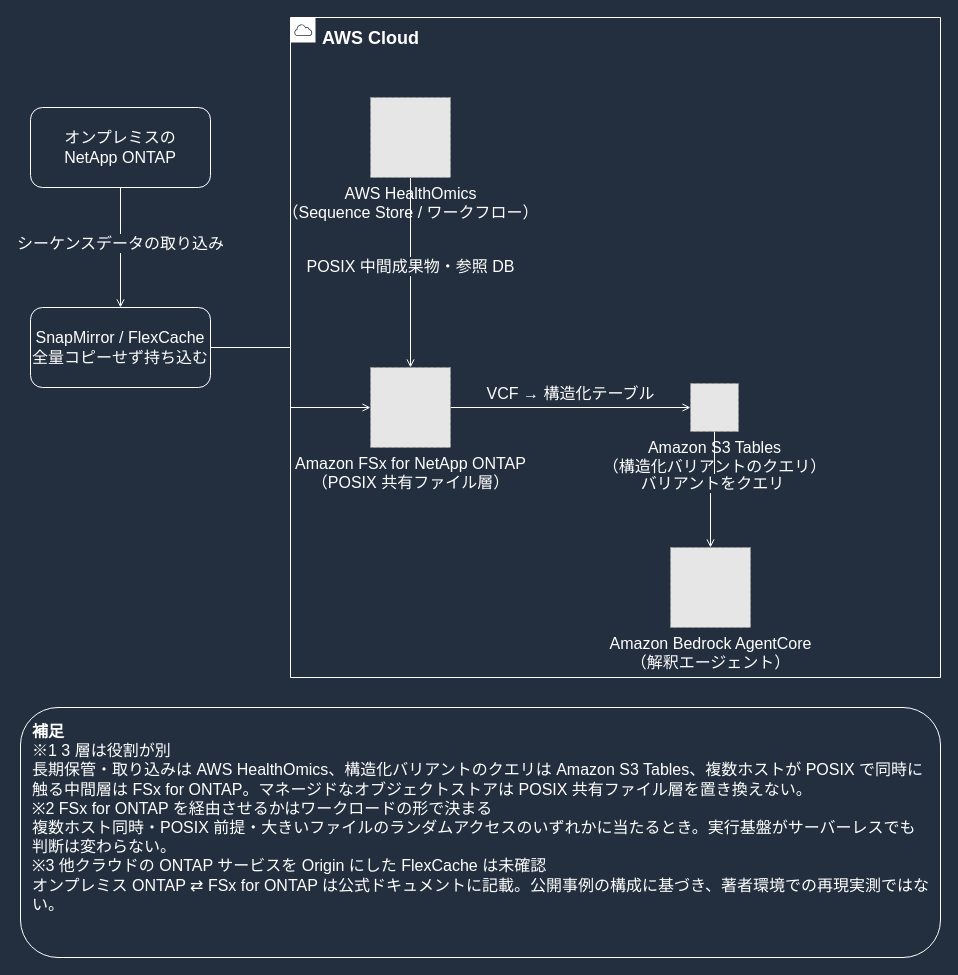
This is docs/_assets/diagrams/genomics-hpc-data-layers-dark.drawio from Yoshiki0705/FSx-for-ONTAP-Adoption-Playbook, a draw.io file, before an edit. Source tidied: cells renumbered, new cells numbered last; positions are measured from the earlier drawing's top-left corner, leaving out a move shared by most shapes. Both pictures are drawn from the tidied source at 100%, with x=0, y=0 at pixel (20, 17). Pictures stored in the file or linked from it are replaced by grey dashed boxes.
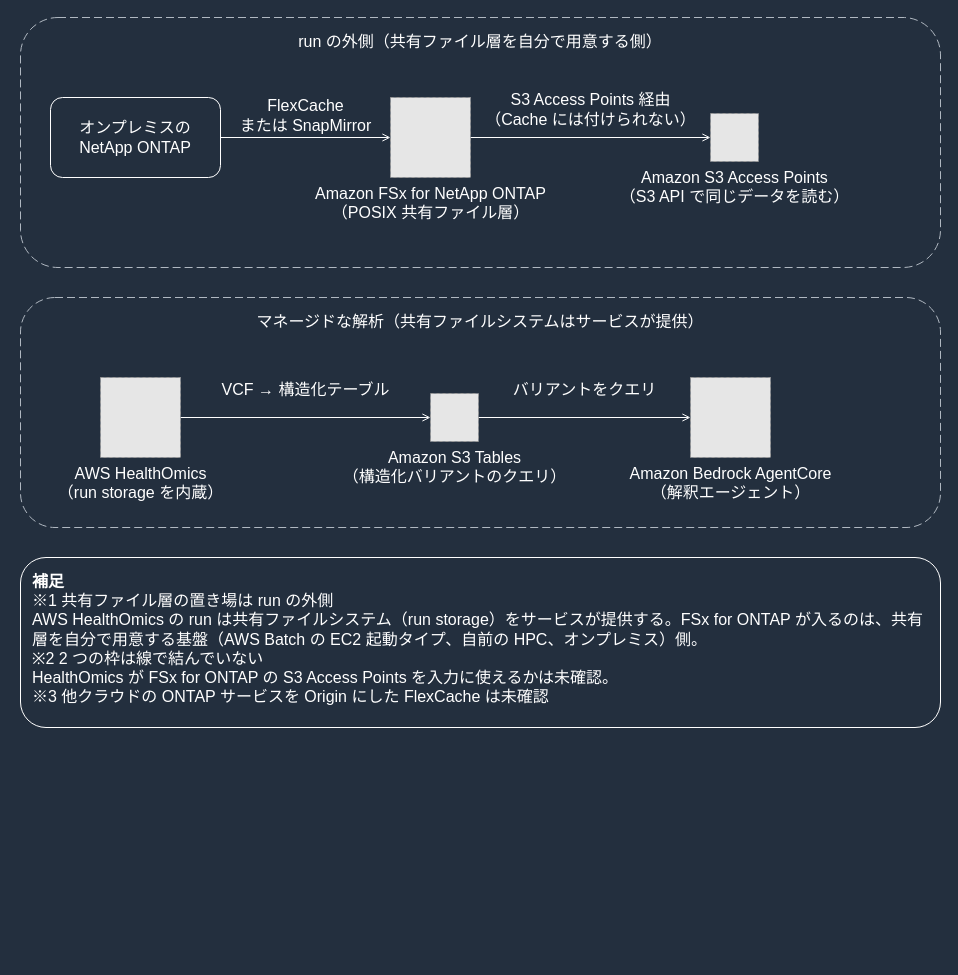
Above is the later version.

What changed in the source:
```diff
@@
 <mxGraphModel background="#232F3E">
   <root>
     <mxCell id="0" />
     <mxCell id="1" parent="0" />
-    <mxCell id="2" value="シーケンスデータの取り込み" style="edgeStyle=orthogonalEdgeStyle;rounded=0;html=1;endArrow=open;endFill=0;strokeColor=#FFFFFF;strokeWidth=1;fontSize=16;fontColor=#FFFFFF;labelBackgroundColor=#232F3E;exitX=0.5;exitY=1.0;exitDx=0;exitDy=0;entryX=0.5;entryY=0.0;entryDx=0;entryDy=0;" parent="1" edge="1" source="8" target="9">
+    <mxCell id="2" value="FlexCache&lt;br&gt;または SnapMirror" style="edgeStyle=orthogonalEdgeStyle;rounded=0;html=1;endArrow=open;endFill=0;strokeColor=#FFFFFF;strokeWidth=1;fontSize=16;fontColor=#FFFFFF;labelBackgroundColor=#232F3E;exitX=1.0;exitY=0.5;exitDx=0;exitDy=0;entryX=0.0;entryY=0.5;entryDx=0;entryDy=0;" parent="1" edge="1" source="8" target="12">
       <mxGeometry relative="1" as="geometry">
-        <mxPoint y="-4" as="offset" />
+        <mxPoint y="-22" as="offset" />
       </mxGeometry>
     </mxCell>
-    <mxCell id="3" style="edgeStyle=orthogonalEdgeStyle;rounded=0;html=1;endArrow=open;endFill=0;strokeColor=#FFFFFF;strokeWidth=1;fontSize=16;fontColor=#FFFFFF;labelBackgroundColor=#232F3E;exitX=1.0;exitY=0.5;exitDx=0;exitDy=0;entryX=0.0;entryY=0.5;entryDx=0;entryDy=0;" parent="1" edge="1" source="9" target="12">
-      <mxGeometry relative="1" as="geometry" />
+    <mxCell id="3" value="S3 Access Points 経由&lt;br&gt;（Cache には付けられない）" style="edgeStyle=orthogonalEdgeStyle;rounded=0;html=1;endArrow=open;endFill=0;strokeColor=#FFFFFF;strokeWidth=1;fontSize=16;fontColor=#FFFFFF;labelBackgroundColor=#232F3E;exitX=1.0;exitY=0.5;exitDx=0;exitDy=0;entryX=0.0;entryY=0.5;entryDx=0;entryDy=0;" parent="1" edge="1" source="12" target="17">
+      <mxGeometry relative="1" as="geometry">
+        <mxPoint y="-28" as="offset" />
+      </mxGeometry>
     </mxCell>
-    <mxCell id="4" value="POSIX 中間成果物・参照 DB" style="edgeStyle=orthogonalEdgeStyle;rounded=0;html=1;endArrow=open;endFill=0;strokeColor=#FFFFFF;strokeWidth=1;fontSize=16;fontColor=#FFFFFF;labelBackgroundColor=#232F3E;exitX=0.5;exitY=1.0;exitDx=0;exitDy=0;entryX=0.5;entryY=0.0;entryDx=0;entryDy=0;" parent="1" edge="1" source="11" target="12">
+    <mxCell id="4" value="VCF → 構造化テーブル" style="edgeStyle=orthogonalEdgeStyle;rounded=0;html=1;endArrow=open;endFill=0;strokeColor=#FFFFFF;strokeWidth=1;fontSize=16;fontColor=#FFFFFF;labelBackgroundColor=#232F3E;exitX=1.0;exitY=0.5;exitDx=0;exitDy=0;entryX=0.0;entryY=0.5;entryDx=0;entryDy=0;" parent="1" edge="1" source="11" target="13">
       <mxGeometry relative="1" as="geometry">
-        <mxPoint y="-6" as="offset" />
+        <mxPoint y="-28" as="offset" />
       </mxGeometry>
     </mxCell>
-    <mxCell id="5" value="VCF → 構造化テーブル" style="edgeStyle=orthogonalEdgeStyle;rounded=0;html=1;endArrow=open;endFill=0;strokeColor=#FFFFFF;strokeWidth=1;fontSize=16;fontColor=#FFFFFF;labelBackgroundColor=#232F3E;exitX=1.0;exitY=0.5;exitDx=0;exitDy=0;entryX=0.0;entryY=0.5;entryDx=0;entryDy=0;" parent="1" edge="1" source="12" target="13">
+    <mxCell id="5" value="バリアントをクエリ" style="edgeStyle=orthogonalEdgeStyle;rounded=0;html=1;endArrow=open;endFill=0;strokeColor=#FFFFFF;strokeWidth=1;fontSize=16;fontColor=#FFFFFF;labelBackgroundColor=#232F3E;exitX=1.0;exitY=0.5;exitDx=0;exitDy=0;entryX=0.0;entryY=0.5;entryDx=0;entryDy=0;" parent="1" edge="1" source="13" target="14">
       <mxGeometry relative="1" as="geometry">
-        <mxPoint y="-14" as="offset" />
+        <mxPoint y="-28" as="offset" />
       </mxGeometry>
     </mxCell>
-    <mxCell id="6" value="バリアントをクエリ" style="edgeStyle=orthogonalEdgeStyle;rounded=0;html=1;endArrow=open;endFill=0;strokeColor=#FFFFFF;strokeWidth=1;fontSize=16;fontColor=#FFFFFF;labelBackgroundColor=#232F3E;exitX=0.5;exitY=1.0;exitDx=0;exitDy=0;entryX=0.5;entryY=0.0;entryDx=0;entryDy=0;" parent="1" edge="1" source="13" target="14">
-      <mxGeometry relative="1" as="geometry">
-        <mxPoint y="-6" as="offset" />
-      </mxGeometry>
-    </mxCell>
-    <mxCell id="7" value="AWS Cloud" style="gradientColor=none;html=1;whiteSpace=wrap;fontSize=18;fontStyle=1;fontColor=#FFFFFF;shape=mxgraph.aws4.group;grIcon=mxgraph.aws4.group_aws_cloud;strokeColor=#FFFFFF;fillColor=none;verticalAlign=top;align=left;spacingLeft=30;spacingTop=4;dashed=0;labelBackgroundColor=#232F3E;" parent="1" vertex="1">
-      <mxGeometry x="270" width="650" height="660" as="geometry" />
-    </mxCell>
+    <mxCell id="15" value="run の外側（共有ファイル層を自分で用意する側）" style="rounded=1;whiteSpace=wrap;html=1;dashed=1;dashPattern=8 4;strokeColor=#B0B8C1;fillColor=none;fontColor=#FFFFFF;fontSize=16;verticalAlign=top;align=center;spacingTop=8;" parent="1" vertex="1">
+      <mxGeometry width="920" height="250" as="geometry" />
+    </mxCell>
+    <mxCell id="16" value="マネージドな解析（共有ファイルシステムはサービスが提供）" style="rounded=1;whiteSpace=wrap;html=1;dashed=1;dashPattern=8 4;strokeColor=#B0B8C1;fillColor=none;fontColor=#FFFFFF;fontSize=16;verticalAlign=top;align=center;spacingTop=8;" parent="1" vertex="1">
+      <mxGeometry y="280" width="920" height="230" as="geometry" />
+    </mxCell>
     <mxCell id="8" value="オンプレミスの&lt;br&gt;NetApp ONTAP" style="rounded=1;whiteSpace=wrap;html=1;strokeColor=#FFFFFF;fillColor=none;fontColor=#FFFFFF;fontSize=16;verticalAlign=middle;align=center;" parent="1" vertex="1">
-      <mxGeometry x="10" y="90" width="180" height="80" as="geometry" />
+      <mxGeometry x="30" y="80" width="170" height="80" as="geometry" />
     </mxCell>
-    <mxCell id="9" value="SnapMirror / FlexCache&lt;br&gt;全量コピーせず持ち込む" style="rounded=1;whiteSpace=wrap;html=1;strokeColor=#FFFFFF;fillColor=none;fontColor=#FFFFFF;fontSize=16;verticalAlign=middle;align=center;" parent="1" vertex="1">
-      <mxGeometry x="10" y="290" width="180" height="80" as="geometry" />
-    </mxCell>
-    <mxCell id="10" value="&lt;b&gt;補足&lt;/b&gt;&lt;br&gt;※1 3 層は役割が別&lt;br&gt;長期保管・取り込みは AWS HealthOmics、構造化バリアントのクエリは Amazon S3 Tables、複数ホストが POSIX で同時に触る中間層は FSx for ONTAP。マネージドなオブジェクトストアは POSIX 共有ファイル層を置き換えない。&lt;br&gt;※2 FSx for ONTAP を経由させるかはワークロードの形で決まる&lt;br&gt;複数ホスト同時・POSIX 前提・大きいファイルのランダムアクセスのいずれかに当たるとき。実行基盤がサーバーレスでも判断は変わらない。&lt;br&gt;※3 他クラウドの ONTAP サービスを Origin にした FlexCache は未確認&lt;br&gt;オンプレミス ONTAP ⇄ FSx for ONTAP は公式ドキュメントに記載。公開事例の構成に基づき、著者環境での再現実測ではない。" style="rounded=1;whiteSpace=wrap;html=1;strokeColor=#FFFFFF;fillColor=none;fontColor=#FFFFFF;fontSize=16;verticalAlign=top;align=left;spacingLeft=10;spacingRight=10;spacingTop=8;" parent="1" vertex="1">
-      <mxGeometry y="690" width="920" height="250" as="geometry" />
+    <mxCell id="10" value="&lt;b&gt;補足&lt;/b&gt;&lt;br&gt;※1 共有ファイル層の置き場は run の外側&lt;br&gt;AWS HealthOmics の run は共有ファイルシステム（run storage）をサービスが提供する。FSx for ONTAP が入るのは、共有層を自分で用意する基盤（AWS Batch の EC2 起動タイプ、自前の HPC、オンプレミス）側。&lt;br&gt;※2 2 つの枠は線で結んでいない&lt;br&gt;HealthOmics が FSx for ONTAP の S3 Access Points を入力に使えるかは未確認。&lt;br&gt;※3 他クラウドの ONTAP サービスを Origin にした FlexCache は未確認" style="rounded=1;whiteSpace=wrap;html=1;strokeColor=#FFFFFF;fillColor=none;fontColor=#FFFFFF;fontSize=16;verticalAlign=top;align=left;spacingLeft=10;spacingRight=10;spacingTop=8;" parent="1" vertex="1">
+      <mxGeometry y="540" width="920" height="170" as="geometry" />
     </mxCell>
+    <mxCell id="12" value="Amazon FSx for NetApp ONTAP&lt;br&gt;（POSIX 共有ファイル層）" style="fillColor=#E6E6E6;strokeColor=#999999;dashed=1;html=1;verticalLabelPosition=bottom;verticalAlign=top;labelPosition=center;align=center;fontSize=16;fontColor=#FFFFFF;" parent="1" vertex="1">
+      <mxGeometry x="370" y="80" width="80" height="80" as="geometry" />
+    </mxCell>
+    <mxCell id="17" value="Amazon S3 Access Points&lt;br&gt;（S3 API で同じデータを読む）" style="fillColor=#E6E6E6;strokeColor=#999999;dashed=1;html=1;verticalLabelPosition=bottom;verticalAlign=top;labelPosition=center;align=center;fontSize=16;fontColor=#FFFFFF;" parent="1" vertex="1">
+      <mxGeometry x="690" y="96" width="48" height="48" as="geometry" />
+    </mxCell>
-    <mxCell id="11" value="AWS HealthOmics&lt;br&gt;（Sequence Store / ワークフロー）" style="fillColor=#E6E6E6;strokeColor=#999999;dashed=1;html=1;verticalLabelPosition=bottom;verticalAlign=top;labelPosition=center;align=center;fontSize=16;fontColor=#FFFFFF;" parent="1" vertex="1">
-      <mxGeometry x="350" y="80" width="80" height="80" as="geometry" />
+    <mxCell id="11" value="AWS HealthOmics&lt;br&gt;（run storage を内蔵）" style="fillColor=#E6E6E6;strokeColor=#999999;dashed=1;html=1;verticalLabelPosition=bottom;verticalAlign=top;labelPosition=center;align=center;fontSize=16;fontColor=#FFFFFF;" parent="1" vertex="1">
+      <mxGeometry x="80" y="360" width="80" height="80" as="geometry" />
     </mxCell>
-    <mxCell id="12" value="Amazon FSx for NetApp ONTAP&lt;br&gt;（POSIX 共有ファイル層）" style="fillColor=#E6E6E6;strokeColor=#999999;dashed=1;html=1;verticalLabelPosition=bottom;verticalAlign=top;labelPosition=center;align=center;fontSize=16;fontColor=#FFFFFF;" parent="1" vertex="1">
-      <mxGeometry x="350" y="350" width="80" height="80" as="geometry" />
-    </mxCell>
     <mxCell id="13" value="Amazon S3 Tables&lt;br&gt;（構造化バリアントのクエリ）" style="fillColor=#E6E6E6;strokeColor=#999999;dashed=1;html=1;verticalLabelPosition=bottom;verticalAlign=top;labelPosition=center;align=center;fontSize=16;fontColor=#FFFFFF;" parent="1" vertex="1">
-      <mxGeometry x="670" y="366" width="48" height="48" as="geometry" />
+      <mxGeometry x="410" y="376" width="48" height="48" as="geometry" />
     </mxCell>
     <mxCell id="14" value="Amazon Bedrock AgentCore&lt;br&gt;（解釈エージェント）" style="fillColor=#E6E6E6;strokeColor=#999999;dashed=1;html=1;verticalLabelPosition=bottom;verticalAlign=top;labelPosition=center;align=center;fontSize=16;fontColor=#FFFFFF;" parent="1" vertex="1">
-      <mxGeometry x="650" y="530" width="80" height="80" as="geometry" />
+      <mxGeometry x="670" y="360" width="80" height="80" as="geometry" />
     </mxCell>
   </root>
 </mxGraphModel>
```
